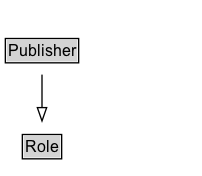
Above: docs/diagrams/Publisher.dot.png in k-vaughn/ontology-import-prov (Graphviz), before the change. Its source is kept beside it as docs/diagrams/Publisher.dot.
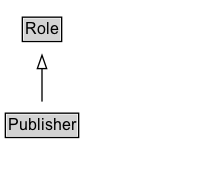
The same diagram one commit later.

Diff of the diagram source:
```diff
@@ -2,6 +2,10 @@
 	graph [overlap=false rankdir=TB splines=true]
 	node [fontname=Arial fontsize=12 margin=0 shape=none]
 	edge [fontname=Arial fontsize=11]
+	{
+		rank=source
+		Role [label=<<TABLE BORDER="1" CELLBORDER="0" CELLSPACING="0" CELLPADDING="1"><TR><TD BGCOLOR="lightgray" ALIGN="CENTER">Role</TD></TR></TABLE>> URL="../Role" margin=0]
+	}
 	Publisher [label=<<TABLE BORDER="1" CELLBORDER="0" CELLSPACING="0" CELLPADDING="1"><TR><TD BGCOLOR="lightgray" ALIGN="CENTER">Publisher</TD></TR></TABLE>> URL="../Publisher" margin=0]
 	{
 		rank=max
@@ -10,6 +14,5 @@
 		label="" style=invis
 		Invis [label=<<TABLE BORDER="0" CELLBORDER="0" CELLSPACING="0" CELLPADDING="1"><TR><TD></TD></TR></TABLE>> margin=0 style=invis]
 	}
-	Role [label=<<TABLE BORDER="1" CELLBORDER="0" CELLSPACING="0" CELLPADDING="1"><TR><TD BGCOLOR="lightgray" ALIGN="CENTER">Role</TD></TR></TABLE>> URL="../Role" margin=0]
 	Publisher -> Role [arrowhead=onormal style=solid]
 }
```
